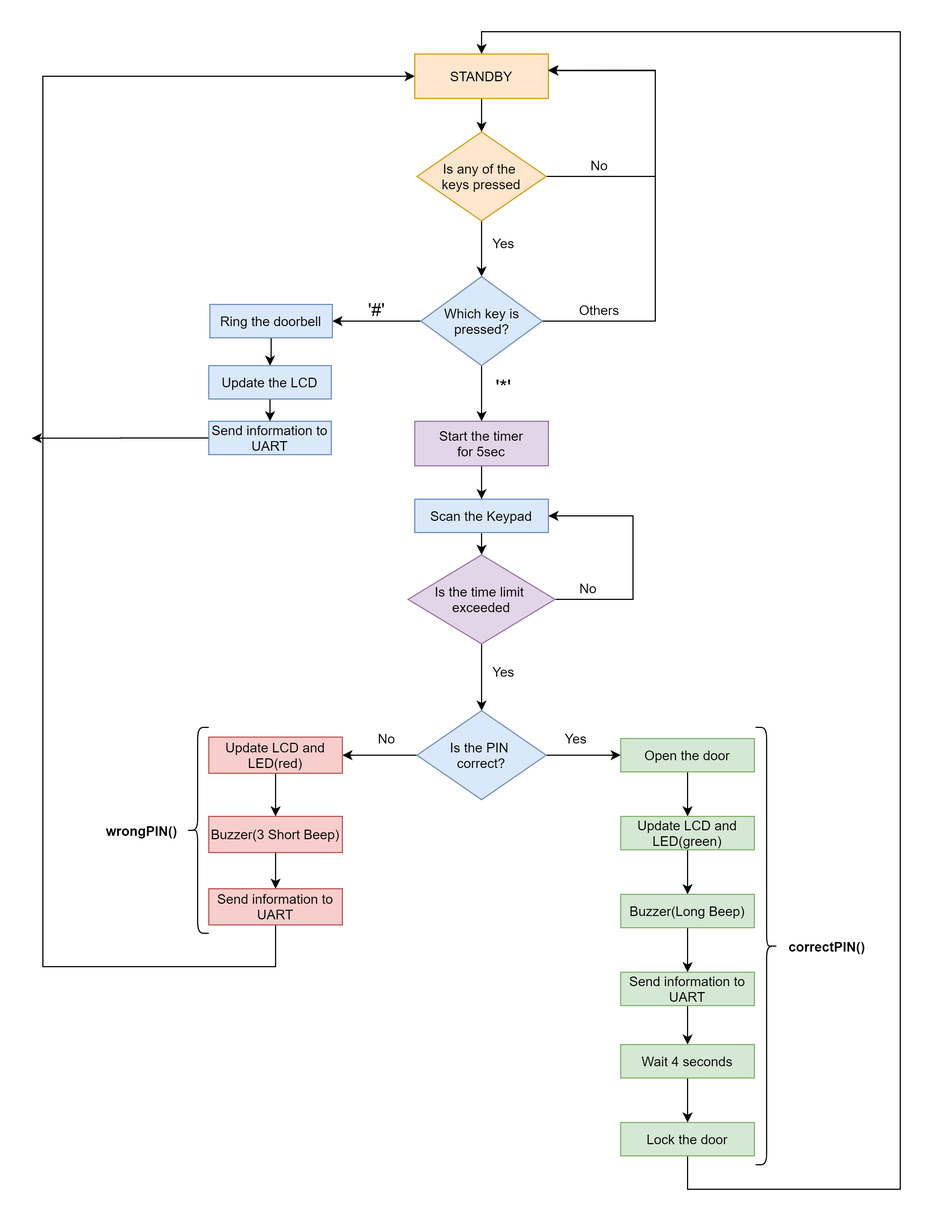
dkorbey/Door-Lock-Project keeps this draw.io diagram as Images/flow_chart.png. Above is the earlier version. Source tidied: cells renumbered, new cells last; positions are measured from the earlier drawing's top-left corner, leaving out a move shared by most shapes.
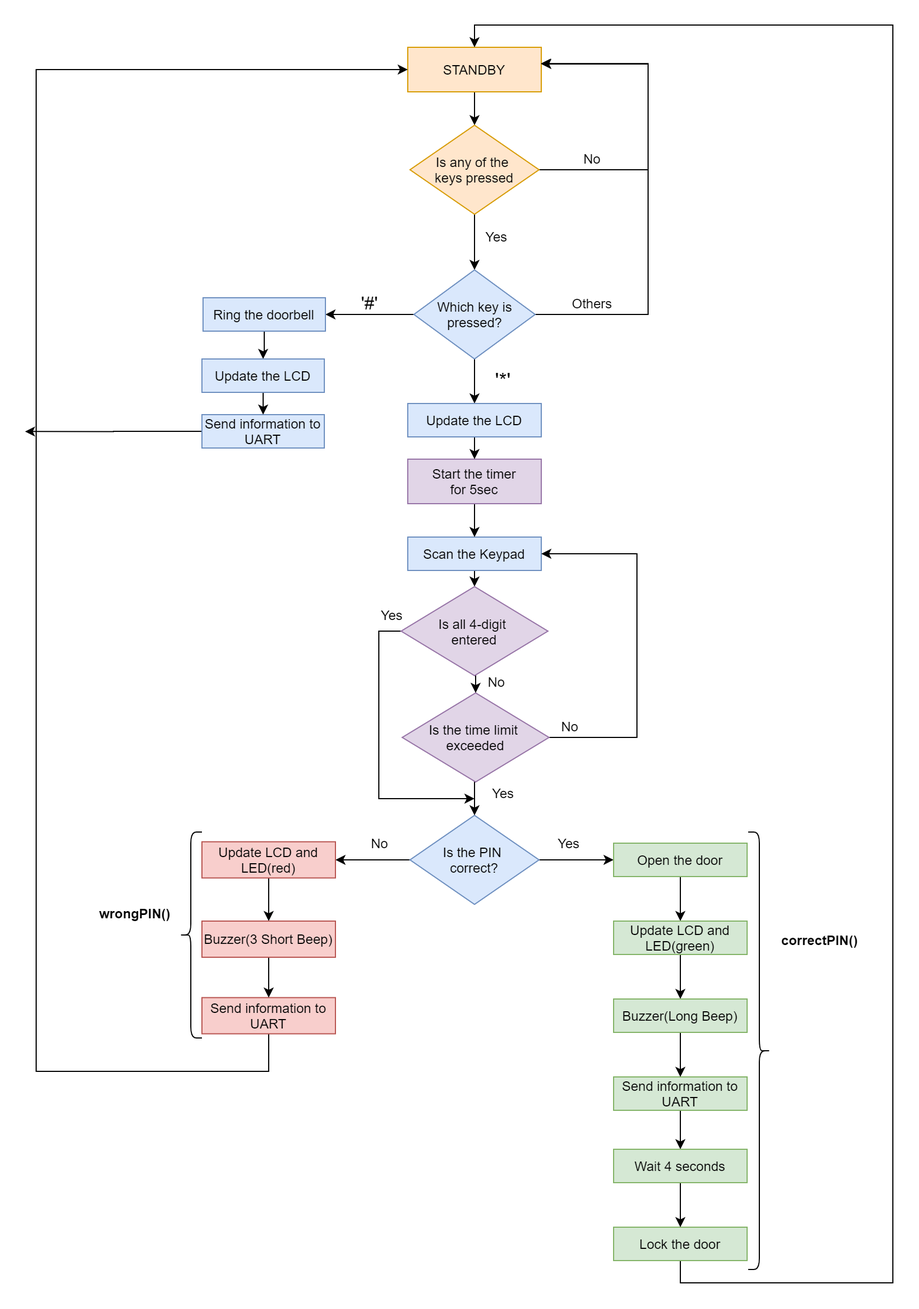
After the change.

Commit message:
[Flow chart update]

The edit, as a diff of the source:
```diff
@@ -36,20 +36,20 @@
         </Array>
       </mxGeometry>
     </mxCell>
-    <mxCell id="10" style="edgeStyle=orthogonalEdgeStyle;rounded=0;jettySize=auto;html=1;exitX=0.5;exitY=1;exitDx=0;exitDy=0;entryX=0.5;entryY=0;entryDx=0;entryDy=0;" parent="1" edge="1" source="11" target="39">
-      <mxGeometry relative="1" as="geometry" />
-    </mxCell>
+    <mxCell id="58" style="edgeStyle=orthogonalEdgeStyle;rounded=0;jettySize=auto;html=1;exitX=0.5;exitY=1;exitDx=0;exitDy=0;entryX=0.5;entryY=0;entryDx=0;entryDy=0;" parent="1" edge="1" source="11" target="62">
+      <mxGeometry relative="1" as="geometry" />
+    </mxCell>
     <mxCell id="11" value="Which key is&lt;br&gt;pressed?" style="rhombus;whiteSpace=wrap;html=1;fillColor=#dae8fc;strokeColor=#6c8ebf;" parent="1" vertex="1">
       <mxGeometry x="349.5" y="220" width="109" height="80" as="geometry" />
     </mxCell>
     <mxCell id="12" value="Others" style="text;html=1;strokeColor=none;fillColor=none;align=center;verticalAlign=middle;whiteSpace=wrap;" parent="1" vertex="1">
       <mxGeometry x="490" y="240" width="40" height="20" as="geometry" />
     </mxCell>
-    <mxCell id="13" style="edgeStyle=orthogonalEdgeStyle;rounded=0;jettySize=auto;html=1;exitX=0.5;exitY=1;exitDx=0;exitDy=0;entryX=0.5;entryY=0;entryDx=0;entryDy=0;" parent="1" edge="1" source="14" target="43">
-      <mxGeometry relative="1" as="geometry" />
-    </mxCell>
+    <mxCell id="59" style="edgeStyle=orthogonalEdgeStyle;rounded=0;jettySize=auto;html=1;exitX=0.5;exitY=1;exitDx=0;exitDy=0;entryX=0.5;entryY=0;entryDx=0;entryDy=0;" parent="1" edge="1" source="14" target="65">
+      <mxGeometry relative="1" as="geometry" />
+    </mxCell>
     <mxCell id="14" value="Scan the Keypad" style="whiteSpace=wrap;html=1;fillColor=#dae8fc;strokeColor=#6c8ebf;" parent="1" vertex="1">
-      <mxGeometry x="344" y="420" width="120" height="30" as="geometry" />
+      <mxGeometry x="344" y="460" width="120" height="30" as="geometry" />
     </mxCell>
     <mxCell id="15" value="Yes" style="text;html=1;strokeColor=none;fillColor=none;align=center;verticalAlign=middle;whiteSpace=wrap;" parent="1" vertex="1">
       <mxGeometry x="404" y="180" width="40" height="20" as="geometry" />
@@ -70,100 +70,100 @@
       <mxGeometry relative="1" as="geometry" />
     </mxCell>
     <mxCell id="21" value="Is the PIN &lt;br&gt;correct?" style="rhombus;whiteSpace=wrap;html=1;fillColor=#dae8fc;strokeColor=#6c8ebf;" parent="1" vertex="1">
-      <mxGeometry x="346" y="610" width="116" height="80" as="geometry" />
+      <mxGeometry x="346" y="710" width="116" height="80" as="geometry" />
     </mxCell>
     <mxCell id="22" value="Yes" style="text;html=1;strokeColor=none;fillColor=none;align=center;verticalAlign=middle;whiteSpace=wrap;" parent="1" vertex="1">
-      <mxGeometry x="469" y="625" width="40" height="20" as="geometry" />
+      <mxGeometry x="469" y="725" width="40" height="20" as="geometry" />
     </mxCell>
     <mxCell id="23" style="edgeStyle=orthogonalEdgeStyle;rounded=0;jettySize=auto;html=1;exitX=0.5;exitY=1;exitDx=0;exitDy=0;entryX=0.5;entryY=0;entryDx=0;entryDy=0;" parent="1" edge="1" source="24" target="51">
       <mxGeometry relative="1" as="geometry" />
     </mxCell>
     <mxCell id="24" value="Send information to UART" style="rounded=0;whiteSpace=wrap;html=1;fillColor=#d5e8d4;strokeColor=#82b366;" parent="1" vertex="1">
-      <mxGeometry x="529" y="845" width="120" height="30" as="geometry" />
+      <mxGeometry x="529" y="945" width="120" height="30" as="geometry" />
     </mxCell>
     <mxCell id="25" style="edgeStyle=orthogonalEdgeStyle;rounded=0;jettySize=auto;html=1;exitX=0.5;exitY=1;exitDx=0;exitDy=0;entryX=0.5;entryY=0;entryDx=0;entryDy=0;" parent="1" edge="1" source="26" target="28">
       <mxGeometry relative="1" as="geometry" />
     </mxCell>
     <mxCell id="26" value="Open the door" style="rounded=0;whiteSpace=wrap;html=1;fillColor=#d5e8d4;strokeColor=#82b366;" parent="1" vertex="1">
-      <mxGeometry x="529" y="635" width="120" height="30" as="geometry" />
+      <mxGeometry x="529" y="735" width="120" height="30" as="geometry" />
     </mxCell>
     <mxCell id="27" style="edgeStyle=orthogonalEdgeStyle;rounded=0;jettySize=auto;html=1;exitX=0.5;exitY=1;exitDx=0;exitDy=0;entryX=0.5;entryY=0;entryDx=0;entryDy=0;" parent="1" edge="1" source="28" target="34">
       <mxGeometry relative="1" as="geometry" />
     </mxCell>
     <mxCell id="28" value="Update LCD and LED(green)" style="rounded=0;whiteSpace=wrap;html=1;fillColor=#d5e8d4;strokeColor=#82b366;" parent="1" vertex="1">
-      <mxGeometry x="529" y="705" width="120" height="30" as="geometry" />
+      <mxGeometry x="529" y="805" width="120" height="30" as="geometry" />
     </mxCell>
     <mxCell id="29" style="edgeStyle=orthogonalEdgeStyle;rounded=0;jettySize=auto;html=1;entryX=0.5;entryY=0;entryDx=0;entryDy=0;exitX=0.5;exitY=1;exitDx=0;exitDy=0;" parent="1" edge="1" source="30" target="3">
       <mxGeometry relative="1" as="geometry">
         <Array as="points">
-          <mxPoint x="589" y="1040" />
-          <mxPoint x="780" y="1040" />
+          <mxPoint x="589" y="1130" />
+          <mxPoint x="780" y="1130" />
           <mxPoint x="780" />
           <mxPoint x="404" />
         </Array>
       </mxGeometry>
     </mxCell>
     <mxCell id="30" value="Lock the door" style="rounded=0;whiteSpace=wrap;html=1;fillColor=#d5e8d4;strokeColor=#82b366;" parent="1" vertex="1">
-      <mxGeometry x="529" y="980" width="120" height="30" as="geometry" />
+      <mxGeometry x="529" y="1080" width="120" height="30" as="geometry" />
     </mxCell>
     <mxCell id="31" style="edgeStyle=orthogonalEdgeStyle;rounded=0;jettySize=auto;html=1;exitX=0.5;exitY=1;exitDx=0;exitDy=0;entryX=0.5;entryY=0;entryDx=0;entryDy=0;" parent="1" edge="1" source="32" target="49">
       <mxGeometry relative="1" as="geometry" />
     </mxCell>
     <mxCell id="32" value="Update LCD and LED(red)" style="rounded=0;whiteSpace=wrap;html=1;fillColor=#f8cecc;strokeColor=#b85450;" parent="1" vertex="1">
-      <mxGeometry x="159" y="633.8" width="120" height="32.5" as="geometry" />
+      <mxGeometry x="159" y="733.8" width="120" height="32.5" as="geometry" />
     </mxCell>
     <mxCell id="33" style="edgeStyle=orthogonalEdgeStyle;rounded=0;jettySize=auto;html=1;exitX=0.5;exitY=1;exitDx=0;exitDy=0;entryX=0.5;entryY=0;entryDx=0;entryDy=0;" parent="1" edge="1" source="34" target="24">
       <mxGeometry relative="1" as="geometry" />
     </mxCell>
     <mxCell id="34" value="Buzzer(Long Beep)" style="rounded=0;whiteSpace=wrap;html=1;fillColor=#d5e8d4;strokeColor=#82b366;" parent="1" vertex="1">
-      <mxGeometry x="529" y="775" width="120" height="30" as="geometry" />
+      <mxGeometry x="529" y="875" width="120" height="30" as="geometry" />
     </mxCell>
     <mxCell id="35" style="edgeStyle=orthogonalEdgeStyle;rounded=0;jettySize=auto;html=1;entryX=0;entryY=0.5;entryDx=0;entryDy=0;" parent="1" edge="1" source="36" target="3">
       <mxGeometry relative="1" as="geometry">
         <Array as="points">
-          <mxPoint x="219" y="840" />
-          <mxPoint x="10" y="840" />
+          <mxPoint x="219" y="940" />
+          <mxPoint x="10" y="940" />
           <mxPoint x="10" y="40" />
         </Array>
       </mxGeometry>
     </mxCell>
     <mxCell id="36" value="Send information to UART" style="rounded=0;whiteSpace=wrap;html=1;fillColor=#f8cecc;strokeColor=#b85450;" parent="1" vertex="1">
-      <mxGeometry x="159" y="770" width="120" height="32.5" as="geometry" />
+      <mxGeometry x="159" y="873.8" width="120" height="32.5" as="geometry" />
     </mxCell>
     <mxCell id="37" value="No" style="text;html=1;strokeColor=none;fillColor=none;align=center;verticalAlign=middle;whiteSpace=wrap;" parent="1" vertex="1">
-      <mxGeometry x="299" y="625" width="40" height="20" as="geometry" />
+      <mxGeometry x="299" y="725" width="40" height="20" as="geometry" />
     </mxCell>
     <mxCell id="38" style="edgeStyle=orthogonalEdgeStyle;rounded=0;jettySize=auto;html=1;exitX=0.5;exitY=1;exitDx=0;exitDy=0;entryX=0.5;entryY=0;entryDx=0;entryDy=0;" parent="1" edge="1" source="39" target="14">
       <mxGeometry relative="1" as="geometry" />
     </mxCell>
     <mxCell id="39" value="Start the timer&lt;br&gt;for 5sec" style="rounded=0;whiteSpace=wrap;html=1;fillColor=#e1d5e7;strokeColor=#9673a6;" parent="1" vertex="1">
-      <mxGeometry x="344" y="350" width="120" height="40" as="geometry" />
+      <mxGeometry x="344" y="390" width="120" height="40" as="geometry" />
     </mxCell>
     <mxCell id="40" value="&lt;font style=&quot;font-size: 18px&quot;&gt;'*'&lt;/font&gt;" style="text;html=1;strokeColor=none;fillColor=none;align=center;verticalAlign=middle;whiteSpace=wrap;" parent="1" vertex="1">
-      <mxGeometry x="404" y="310" width="40" height="20" as="geometry" />
+      <mxGeometry x="410" y="310" width="40" height="20" as="geometry" />
     </mxCell>
-    <mxCell id="41" style="edgeStyle=orthogonalEdgeStyle;rounded=0;jettySize=auto;html=1;exitX=0.5;exitY=1;exitDx=0;exitDy=0;" parent="1" edge="1" source="43" target="21">
+    <mxCell id="41" style="edgeStyle=orthogonalEdgeStyle;rounded=0;jettySize=auto;html=1;exitX=0.5;exitY=1;exitDx=0;exitDy=0;entryX=0.5;entryY=0;entryDx=0;entryDy=0;" parent="1" edge="1" source="43" target="21">
       <mxGeometry relative="1" as="geometry" />
     </mxCell>
     <mxCell id="42" style="edgeStyle=orthogonalEdgeStyle;rounded=0;jettySize=auto;html=1;exitX=1;exitY=0.5;exitDx=0;exitDy=0;entryX=1;entryY=0.5;entryDx=0;entryDy=0;" parent="1" edge="1" source="43" target="14">
       <mxGeometry relative="1" as="geometry">
         <Array as="points">
-          <mxPoint x="540" y="510" />
-          <mxPoint x="540" y="435" />
+          <mxPoint x="550" y="640" />
+          <mxPoint x="550" y="475" />
         </Array>
       </mxGeometry>
     </mxCell>
     <mxCell id="43" value="Is the time limit &lt;br&gt;exceeded" style="rhombus;whiteSpace=wrap;html=1;fillColor=#e1d5e7;strokeColor=#9673a6;" parent="1" vertex="1">
-      <mxGeometry x="338" y="470" width="132" height="80" as="geometry" />
+      <mxGeometry x="339" y="600" width="132" height="80" as="geometry" />
     </mxCell>
     <mxCell id="44" style="shape=curlyBracket;whiteSpace=wrap;html=1;rounded=1;" parent="1" vertex="1">
-      <mxGeometry x="139" y="625" width="20" height="185" as="geometry" />
+      <mxGeometry x="139" y="725" width="20" height="185" as="geometry" />
     </mxCell>
     <mxCell id="45" style="shape=curlyBracket;whiteSpace=wrap;html=1;rounded=1;size=0.5;rotation=-180;" parent="1" vertex="1">
-      <mxGeometry x="650" y="625" width="20" height="393" as="geometry" />
+      <mxGeometry x="650" y="725" width="20" height="393" as="geometry" />
     </mxCell>
     <mxCell id="46" value="&lt;b&gt;&lt;font style=&quot;font-size: 12px&quot;&gt;wrongPIN()&lt;/font&gt;&lt;/b&gt;" style="text;html=1;strokeColor=none;fillColor=none;align=center;verticalAlign=middle;whiteSpace=wrap;rounded=0;" parent="1" vertex="1">
-      <mxGeometry x="59" y="700" width="80" height="35" as="geometry" />
+      <mxGeometry x="59" y="780" width="80" height="35" as="geometry" />
     </mxCell>
     <mxCell id="47" value="&lt;b&gt;correctPIN()&lt;/b&gt;" style="text;html=1;strokeColor=none;fillColor=none;align=center;verticalAlign=middle;whiteSpace=wrap;rounded=0;" parent="1" vertex="1">
       <mxGeometry x="670" y="804" width="89" height="35" as="geometry" />
@@ -172,19 +172,16 @@
       <mxGeometry relative="1" as="geometry" />
     </mxCell>
     <mxCell id="49" value="Buzzer(3 Short Beep)" style="rounded=0;whiteSpace=wrap;html=1;fillColor=#f8cecc;strokeColor=#b85450;" parent="1" vertex="1">
-      <mxGeometry x="159" y="705" width="120" height="32.5" as="geometry" />
+      <mxGeometry x="159" y="805" width="120" height="32.5" as="geometry" />
     </mxCell>
     <mxCell id="50" style="edgeStyle=orthogonalEdgeStyle;rounded=0;jettySize=auto;html=1;exitX=0.5;exitY=1;exitDx=0;exitDy=0;" parent="1" edge="1" source="51" target="30">
       <mxGeometry relative="1" as="geometry" />
     </mxCell>
     <mxCell id="51" value="Wait 4 seconds" style="rounded=0;whiteSpace=wrap;html=1;fillColor=#d5e8d4;strokeColor=#82b366;" parent="1" vertex="1">
-      <mxGeometry x="529" y="910" width="120" height="30" as="geometry" />
+      <mxGeometry x="529" y="1010" width="120" height="30" as="geometry" />
     </mxCell>
-    <mxCell id="52" value="Yes" style="text;html=1;strokeColor=none;fillColor=none;align=center;verticalAlign=middle;whiteSpace=wrap;" parent="1" vertex="1">
-      <mxGeometry x="404" y="565" width="40" height="20" as="geometry" />
-    </mxCell>
     <mxCell id="53" value="No" style="text;html=1;strokeColor=none;fillColor=none;align=center;verticalAlign=middle;whiteSpace=wrap;" parent="1" vertex="1">
-      <mxGeometry x="480" y="490" width="40" height="20" as="geometry" />
+      <mxGeometry x="404" y="580" width="40" height="20" as="geometry" />
     </mxCell>
     <mxCell id="54" style="edgeStyle=orthogonalEdgeStyle;rounded=0;jettySize=auto;html=1;exitX=0;exitY=0.5;exitDx=0;exitDy=0;" parent="1" edge="1" source="55">
       <mxGeometry relative="1" as="geometry">
@@ -200,5 +197,38 @@
     <mxCell id="57" value="Update the LCD" style="whiteSpace=wrap;html=1;fillColor=#dae8fc;strokeColor=#6c8ebf;" parent="1" vertex="1">
       <mxGeometry x="159" y="300" width="110" height="30" as="geometry" />
     </mxCell>
+    <mxCell id="60" style="edgeStyle=orthogonalEdgeStyle;rounded=0;orthogonalLoop=1;jettySize=auto;html=1;exitX=0.5;exitY=1;exitDx=0;exitDy=0;" parent="1" edge="1" source="36" target="36">
+      <mxGeometry relative="1" as="geometry" />
+    </mxCell>
+    <mxCell id="61" style="edgeStyle=orthogonalEdgeStyle;rounded=0;jettySize=auto;html=1;exitX=0.5;exitY=1;exitDx=0;exitDy=0;entryX=0.5;entryY=0;entryDx=0;entryDy=0;" parent="1" edge="1" source="62" target="39">
+      <mxGeometry relative="1" as="geometry" />
+    </mxCell>
+    <mxCell id="62" value="Update the LCD" style="whiteSpace=wrap;html=1;fillColor=#dae8fc;strokeColor=#6c8ebf;" parent="1" vertex="1">
+      <mxGeometry x="344" y="340" width="120" height="30" as="geometry" />
+    </mxCell>
+    <mxCell id="63" style="edgeStyle=orthogonalEdgeStyle;rounded=0;jettySize=auto;html=1;exitX=0.5;exitY=1;exitDx=0;exitDy=0;entryX=0.5;entryY=0;entryDx=0;entryDy=0;" parent="1" edge="1" source="65" target="43">
+      <mxGeometry relative="1" as="geometry" />
+    </mxCell>
+    <mxCell id="64" style="edgeStyle=orthogonalEdgeStyle;rounded=0;jettySize=auto;html=1;exitX=0;exitY=0.5;exitDx=0;exitDy=0;" parent="1" edge="1" source="65">
+      <mxGeometry relative="1" as="geometry">
+        <mxPoint x="404" y="695" as="targetPoint" />
+        <Array as="points">
+          <mxPoint x="318" y="545" />
+          <mxPoint x="318" y="695" />
+        </Array>
+      </mxGeometry>
+    </mxCell>
+    <mxCell id="65" value="Is all 4-digit &lt;br&gt;entered" style="rhombus;whiteSpace=wrap;html=1;fillColor=#e1d5e7;strokeColor=#9673a6;" parent="1" vertex="1">
+      <mxGeometry x="338" y="504.5" width="132" height="80" as="geometry" />
+    </mxCell>
+    <mxCell id="66" value="No" style="text;html=1;strokeColor=none;fillColor=none;align=center;verticalAlign=middle;whiteSpace=wrap;" parent="1" vertex="1">
+      <mxGeometry x="470" y="620" width="40" height="20" as="geometry" />
+    </mxCell>
+    <mxCell id="67" value="Yes" style="text;html=1;strokeColor=none;fillColor=none;align=center;verticalAlign=middle;whiteSpace=wrap;" parent="1" vertex="1">
+      <mxGeometry x="410" y="680" width="40" height="20" as="geometry" />
+    </mxCell>
+    <mxCell id="68" value="Yes" style="text;html=1;strokeColor=none;fillColor=none;align=center;verticalAlign=middle;whiteSpace=wrap;" parent="1" vertex="1">
+      <mxGeometry x="309.5" y="520" width="40" height="20" as="geometry" />
+    </mxCell>
   </root>
 </mxGraphModel>
```
